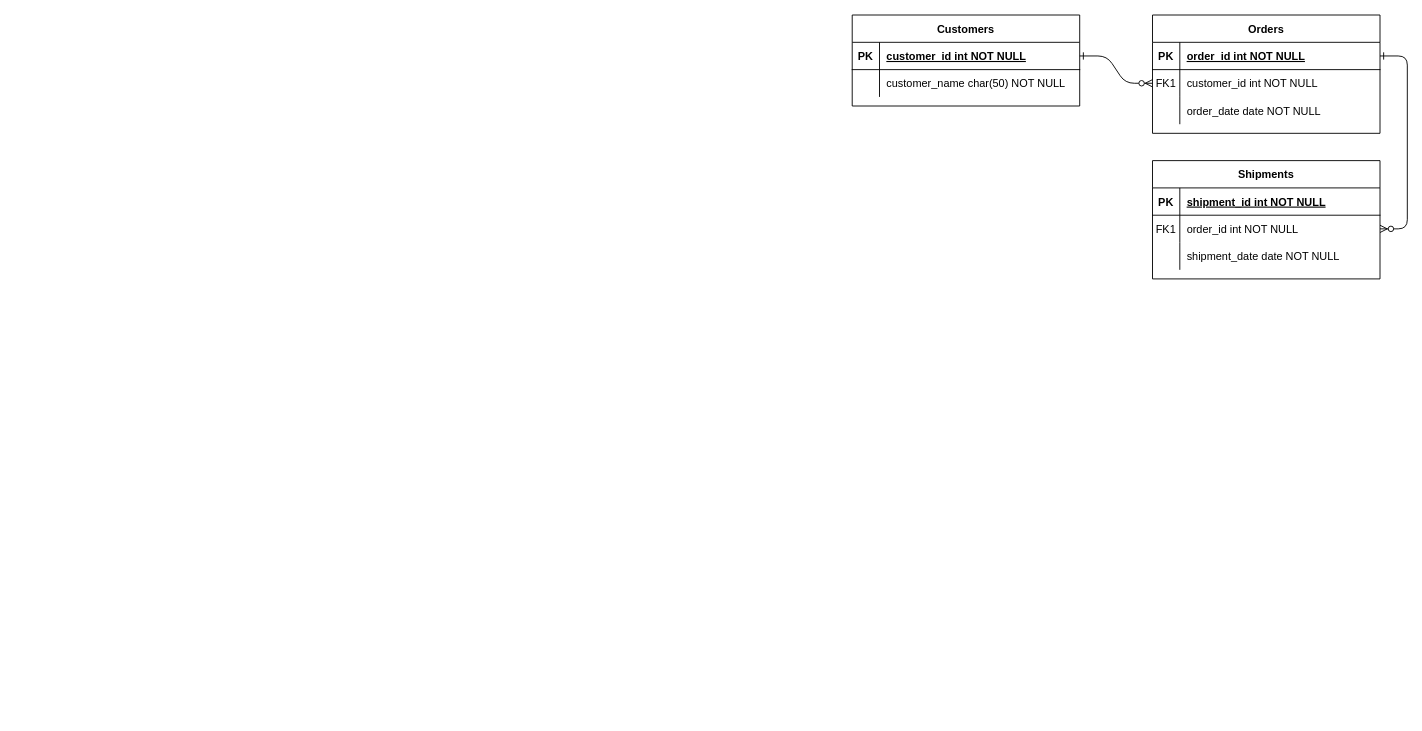
Before: 未命名绘图.drawio in ValarDohaerisX/draw, a draw.io diagram. Source tidied: cells renumbered, new cells numbered last; positions are measured from the earlier drawing's top-left corner, leaving out a move shared by most shapes. Both pictures are drawn from the tidied source at 91%, with x=0, y=0 at pixel (852, 15).
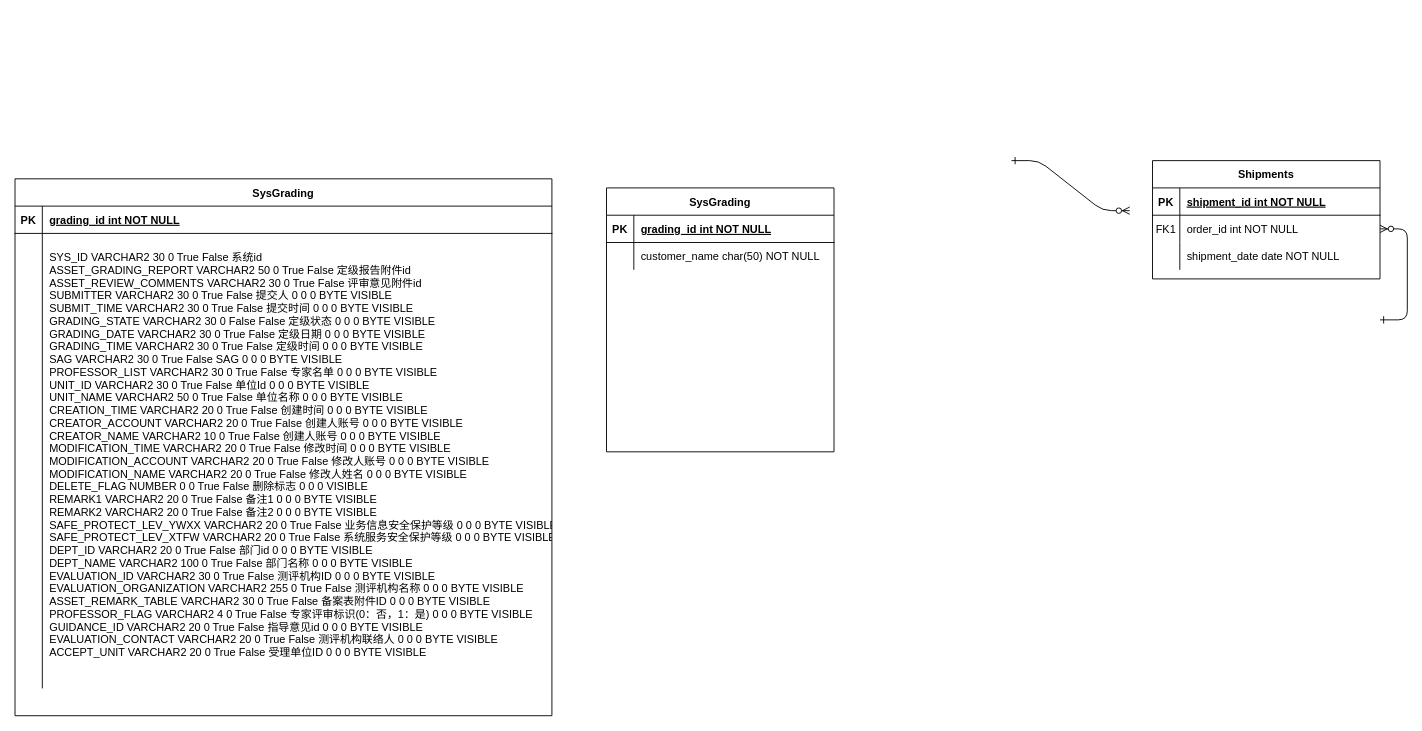
The same page after the edit.

Unchanged cells that the change refers to:
```xml
<mxCell id="18" style="shape=partialRectangle;fillColor=none;points=[[0,0.5],[1,0.5]];portConstraint=eastwest;top=0;left=0;right=0;bottom=0;" parent="14" vertex="1">
  <mxGeometry y="60" width="250" height="30" as="geometry" />
</mxCell>
```

What changed in the source:
```diff
@@
-    <mxCell id="2" style="edgeStyle=entityRelationEdgeStyle;endArrow=ERzeroToMany;startArrow=ERone;endFill=1;startFill=0;" parent="1" edge="1" source="25" target="8">
-      <mxGeometry relative="1" as="geometry" />
+    <mxCell id="2" style="edgeStyle=entityRelationEdgeStyle;endArrow=ERzeroToMany;startArrow=ERone;endFill=1;startFill=0;" parent="1" edge="1">
+      <mxGeometry relative="1" as="geometry">
+        <mxPoint x="175" y="160" as="sourcePoint" />
+        <mxPoint x="305" y="215" as="targetPoint" />
+      </mxGeometry>
     </mxCell>
-    <mxCell id="3" style="edgeStyle=entityRelationEdgeStyle;endArrow=ERzeroToMany;startArrow=ERone;endFill=1;startFill=0;" parent="1" edge="1" source="5" target="18">
-      <mxGeometry relative="1" as="geometry" />
+    <mxCell id="3" style="edgeStyle=entityRelationEdgeStyle;endArrow=ERzeroToMany;startArrow=ERone;endFill=1;startFill=0;" parent="1" edge="1" target="18">
+      <mxGeometry relative="1" as="geometry">
+        <mxPoint x="580" y="335" as="sourcePoint" />
+      </mxGeometry>
     </mxCell>
-    <mxCell id="4" value="Orders" style="shape=table;startSize=30;childLayout=tableLayout;rowLines=0;fontStyle=1;align=center;" parent="1" vertex="1">
-      <mxGeometry x="330" width="250" height="130" as="geometry" />
-    </mxCell>
-    <mxCell id="5" style="shape=partialRectangle;fillColor=none;points=[[0,0.5],[1,0.5]];portConstraint=eastwest;top=0;left=0;right=0;bottom=1;" parent="4" vertex="1">
-      <mxGeometry y="30" width="250" height="30" as="geometry" />
-    </mxCell>
-    <mxCell id="6" value="PK" style="shape=partialRectangle;overflow=hidden;fillColor=none;top=0;left=0;bottom=0;right=0;fontStyle=1;" parent="5" vertex="1">
-      <mxGeometry width="30" height="30" as="geometry" />
-    </mxCell>
-    <mxCell id="7" value="order_id int NOT NULL " style="shape=partialRectangle;overflow=hidden;fillColor=none;top=0;left=0;bottom=0;right=0;align=left;spacingLeft=6;fontStyle=5;" parent="5" vertex="1">
-      <mxGeometry x="30" width="220" height="30" as="geometry" />
-    </mxCell>
-    <mxCell id="8" style="shape=partialRectangle;fillColor=none;points=[[0,0.5],[1,0.5]];portConstraint=eastwest;top=0;left=0;right=0;bottom=0;" parent="4" vertex="1">
-      <mxGeometry y="60" width="250" height="30" as="geometry" />
-    </mxCell>
-    <mxCell id="9" value="FK1" style="shape=partialRectangle;overflow=hidden;fillColor=none;top=0;left=0;bottom=0;right=0;" parent="8" vertex="1">
-      <mxGeometry width="30" height="30" as="geometry" />
-    </mxCell>
-    <mxCell id="10" value="customer_id int NOT NULL" style="shape=partialRectangle;overflow=hidden;fillColor=none;top=0;left=0;bottom=0;right=0;align=left;spacingLeft=6;" parent="8" vertex="1">
-      <mxGeometry x="30" width="220" height="30" as="geometry" />
-    </mxCell>
-    <mxCell id="11" style="shape=partialRectangle;fillColor=none;top=0;left=0;right=0;bottom=0;" parent="4" vertex="1">
-      <mxGeometry y="90" width="250" height="30" as="geometry" />
-    </mxCell>
-    <mxCell id="12" style="shape=partialRectangle;overflow=hidden;fillColor=none;top=0;left=0;bottom=0;right=0;" parent="11" vertex="1">
-      <mxGeometry width="30" height="30" as="geometry" />
-    </mxCell>
-    <mxCell id="13" value="order_date date NOT NULL" style="shape=partialRectangle;overflow=hidden;fillColor=none;top=0;left=0;bottom=0;right=0;align=left;spacingLeft=6;" parent="11" vertex="1">
-      <mxGeometry x="30" width="220" height="30" as="geometry" />
-    </mxCell>
@@
-    <mxCell id="24" value="Customers" style="shape=table;startSize=30;childLayout=tableLayout;rowLines=0;fontStyle=1;align=center;" parent="1" vertex="1">
-      <mxGeometry width="250" height="100" as="geometry" />
-    </mxCell>
-    <mxCell id="25" style="shape=partialRectangle;fillColor=none;points=[[0,0.5],[1,0.5]];portConstraint=eastwest;top=0;left=0;right=0;bottom=1;" parent="24" vertex="1">
-      <mxGeometry y="30" width="250" height="30" as="geometry" />
-    </mxCell>
-    <mxCell id="26" value="PK" style="shape=partialRectangle;overflow=hidden;fillColor=none;top=0;left=0;bottom=0;right=0;fontStyle=1;" parent="25" vertex="1">
-      <mxGeometry width="30" height="30" as="geometry" />
-    </mxCell>
-    <mxCell id="27" value="customer_id int NOT NULL " style="shape=partialRectangle;overflow=hidden;fillColor=none;top=0;left=0;bottom=0;right=0;align=left;spacingLeft=6;fontStyle=5;" parent="25" vertex="1">
-      <mxGeometry x="30" width="220" height="30" as="geometry" />
-    </mxCell>
-    <mxCell id="28" style="shape=partialRectangle;fillColor=none;top=0;left=0;right=0;bottom=0;" parent="24" vertex="1">
-      <mxGeometry y="60" width="250" height="30" as="geometry" />
-    </mxCell>
-    <mxCell id="29" style="shape=partialRectangle;overflow=hidden;fillColor=none;top=0;left=0;bottom=0;right=0;" parent="28" vertex="1">
-      <mxGeometry width="30" height="30" as="geometry" />
-    </mxCell>
+    <mxCell id="31" value="SysGrading" style="shape=table;startSize=30;childLayout=tableLayout;rowLines=0;fontStyle=1;align=center;" parent="1" vertex="1">
+      <mxGeometry x="-920" y="180" width="590" height="590" as="geometry" />
+    </mxCell>
+    <mxCell id="32" style="shape=partialRectangle;fillColor=none;top=0;left=0;right=0;bottom=1;" parent="31" vertex="1">
+      <mxGeometry y="30" width="590" height="30" as="geometry" />
+    </mxCell>
+    <mxCell id="33" value="PK" style="shape=partialRectangle;overflow=hidden;fillColor=none;top=0;left=0;bottom=0;right=0;fontStyle=1;" parent="32" vertex="1">
+      <mxGeometry width="30" height="30" as="geometry" />
+    </mxCell>
+    <mxCell id="34" value="grading_id int NOT NULL " style="shape=partialRectangle;overflow=hidden;fillColor=none;top=0;left=0;bottom=0;right=0;align=left;spacingLeft=6;fontStyle=5;" parent="32" vertex="1">
+      <mxGeometry x="30" width="560" height="30" as="geometry" />
+    </mxCell>
+    <mxCell id="35" style="shape=partialRectangle;fillColor=none;top=0;left=0;right=0;bottom=0;" parent="31" vertex="1">
+      <mxGeometry y="60" width="590" height="500" as="geometry" />
+    </mxCell>
+    <mxCell id="36" style="shape=partialRectangle;overflow=hidden;fillColor=none;top=0;left=0;bottom=0;right=0;" parent="35" vertex="1">
+      <mxGeometry width="30" height="500" as="geometry" />
+    </mxCell>
+    <mxCell id="37" value="SYS_ID VARCHAR2 30 0 True False 系统id&#10;ASSET_GRADING_REPORT VARCHAR2 50 0 True False 定级报告附件id&#10;ASSET_REVIEW_COMMENTS VARCHAR2 30 0 True False 评审意见附件id&#10;SUBMITTER VARCHAR2 30 0 True False 提交人    0 0 0 BYTE VISIBLE &#10;SUBMIT_TIME VARCHAR2 30 0 True False 提交时间    0 0 0 BYTE VISIBLE &#10;GRADING_STATE VARCHAR2 30 0 False False 定级状态    0 0 0 BYTE VISIBLE &#10;GRADING_DATE VARCHAR2 30 0 True False 定级日期    0 0 0 BYTE VISIBLE &#10;GRADING_TIME VARCHAR2 30 0 True False 定级时间    0 0 0 BYTE VISIBLE &#10;SAG VARCHAR2 30 0 True False SAG    0 0 0 BYTE VISIBLE &#10;PROFESSOR_LIST VARCHAR2 30 0 True False 专家名单    0 0 0 BYTE VISIBLE &#10;UNIT_ID VARCHAR2 30 0 True False 单位Id    0 0 0 BYTE VISIBLE &#10;UNIT_NAME VARCHAR2 50 0 True False 单位名称    0 0 0 BYTE VISIBLE &#10;CREATION_TIME VARCHAR2 20 0 True False 创建时间     0 0 0 BYTE VISIBLE &#10;CREATOR_ACCOUNT VARCHAR2 20 0 True False 创建人账号     0 0 0 BYTE VISIBLE &#10;CREATOR_NAME VARCHAR2 10 0 True False 创建人账号     0 0 0 BYTE VISIBLE &#10;MODIFICATION_TIME VARCHAR2 20 0 True False 修改时间     0 0 0 BYTE VISIBLE &#10;MODIFICATION_ACCOUNT VARCHAR2 20 0 True False 修改人账号    0 0 0 BYTE VISIBLE &#10;MODIFICATION_NAME VARCHAR2 20 0 True False 修改人姓名    0 0 0 BYTE VISIBLE &#10;DELETE_FLAG NUMBER 0 0 True False 删除标志    0 0 0  VISIBLE &#10;REMARK1 VARCHAR2 20 0 True False 备注1    0 0 0 BYTE VISIBLE &#10;REMARK2 VARCHAR2 20 0 True False 备注2    0 0 0 BYTE VISIBLE &#10;SAFE_PROTECT_LEV_YWXX VARCHAR2 20 0 True False 业务信息安全保护等级    0 0 0 BYTE VISIBLE &#10;SAFE_PROTECT_LEV_XTFW VARCHAR2 20 0 True False 系统服务安全保护等级    0 0 0 BYTE VISIBLE &#10;DEPT_ID VARCHAR2 20 0 True False 部门id    0 0 0 BYTE VISIBLE &#10;DEPT_NAME VARCHAR2 100 0 True False 部门名称    0 0 0 BYTE VISIBLE &#10;EVALUATION_ID VARCHAR2 30 0 True False 测评机构ID    0 0 0 BYTE VISIBLE &#10;EVALUATION_ORGANIZATION VARCHAR2 255 0 True False 测评机构名称    0 0 0 BYTE VISIBLE &#10;ASSET_REMARK_TABLE VARCHAR2 30 0 True False 备案表附件ID    0 0 0 BYTE VISIBLE &#10;PROFESSOR_FLAG VARCHAR2 4 0 True False 专家评审标识(0：否，1：是)    0 0 0 BYTE VISIBLE &#10;GUIDANCE_ID VARCHAR2 20 0 True False 指导意见id    0 0 0 BYTE VISIBLE &#10;EVALUATION_CONTACT VARCHAR2 20 0 True False 测评机构联络人    0 0 0 BYTE VISIBLE &#10;ACCEPT_UNIT VARCHAR2 20 0 True False 受理单位ID    0 0 0 BYTE VISIBLE &#10;" style="shape=partialRectangle;overflow=hidden;fillColor=none;top=0;left=0;bottom=0;right=0;align=left;spacingLeft=6;" parent="35" vertex="1">
+      <mxGeometry x="30" width="560" height="500" as="geometry" />
+    </mxCell>
+    <mxCell id="38" value="SysGrading" style="shape=table;startSize=30;childLayout=tableLayout;rowLines=0;fontStyle=1;align=center;" parent="1" vertex="1">
+      <mxGeometry x="-270" y="190" width="250" height="290" as="geometry" />
+    </mxCell>
+    <mxCell id="39" style="shape=partialRectangle;fillColor=none;top=0;left=0;right=0;bottom=1;" parent="38" vertex="1">
+      <mxGeometry y="30" width="250" height="30" as="geometry" />
+    </mxCell>
+    <mxCell id="40" value="PK" style="shape=partialRectangle;overflow=hidden;fillColor=none;top=0;left=0;bottom=0;right=0;fontStyle=1;" parent="39" vertex="1">
+      <mxGeometry width="30" height="30" as="geometry" />
+    </mxCell>
+    <mxCell id="41" value="grading_id int NOT NULL " style="shape=partialRectangle;overflow=hidden;fillColor=none;top=0;left=0;bottom=0;right=0;align=left;spacingLeft=6;fontStyle=5;" parent="39" vertex="1">
+      <mxGeometry x="30" width="220" height="30" as="geometry" />
+    </mxCell>
+    <mxCell id="42" style="shape=partialRectangle;fillColor=none;top=0;left=0;right=0;bottom=0;" parent="38" vertex="1">
+      <mxGeometry y="60" width="250" height="30" as="geometry" />
+    </mxCell>
+    <mxCell id="43" style="shape=partialRectangle;overflow=hidden;fillColor=none;top=0;left=0;bottom=0;right=0;" parent="42" vertex="1">
+      <mxGeometry width="30" height="30" as="geometry" />
+    </mxCell>
-    <mxCell id="30" value="customer_name char(50) NOT NULL" style="shape=partialRectangle;overflow=hidden;fillColor=none;top=0;left=0;bottom=0;right=0;align=left;spacingLeft=6;" parent="28" vertex="1">
+    <mxCell id="30" value="customer_name char(50) NOT NULL" style="shape=partialRectangle;overflow=hidden;fillColor=none;top=0;left=0;bottom=0;right=0;align=left;spacingLeft=6;" parent="42" vertex="1">
       <mxGeometry x="30" width="220" height="30" as="geometry" />
     </mxCell>
```
